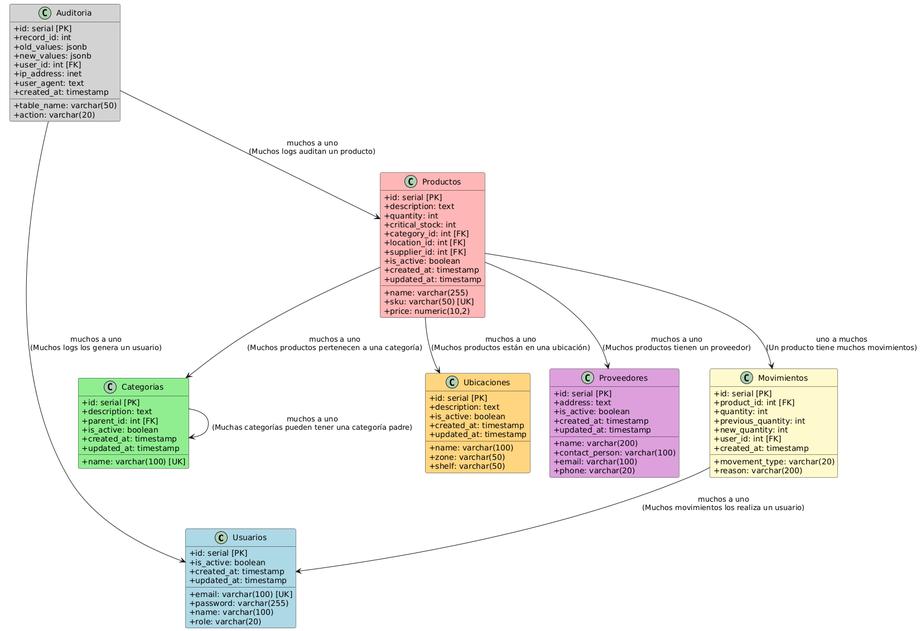
The PlantUML diagram docs/diagramaBD.png in DaisyCastilloS/industrial-inventory, before a commit. The source it was exported from:
```plantuml
@startuml
skinparam classAttributeIconSize 0

class Usuarios #ADD8E6
class Categorias #90EE90
class Ubicaciones #FFD580
class Proveedores #DDA0DD
class Productos #FFB6B6
class Movimientos #FFFACD
class Auditoria #D3D3D3

Productos --> Movimientos : "uno a muchos\n(Un producto tiene muchos movimientos)"
Movimientos --> Usuarios : "muchos a uno\n(Muchos movimientos los realiza un usuario)"
Productos --> Categorias : "muchos a uno\n(Muchos productos pertenecen a una categoría)"
Productos --> Ubicaciones : "muchos a uno\n(Muchos productos están en una ubicación)"
Productos --> Proveedores : "muchos a uno\n(Muchos productos tienen un proveedor)"
Auditoria --> Usuarios : "muchos a uno\n(Muchos logs los genera un usuario)"
Auditoria --> Productos : "muchos a uno\n(Muchos logs auditan un producto)"
Categorias --> Categorias : "muchos a uno\n(Muchas categorías pueden tener una categoría padre)"

Usuarios : +id: serial [PK]
Usuarios : +email: varchar(100) [UK]
Usuarios : +password: varchar(255)
Usuarios : +name: varchar(100)
Usuarios : +role: varchar(20)
Usuarios : +is_active: boolean
Usuarios : +created_at: timestamp
Usuarios : +updated_at: timestamp

Categorias : +id: serial [PK]
Categorias : +name: varchar(100) [UK]
Categorias : +description: text
Categorias : +parent_id: int [FK]
Categorias : +is_active: boolean
Categorias : +created_at: timestamp
Categorias : +updated_at: timestamp

Ubicaciones : +id: serial [PK]
Ubicaciones : +name: varchar(100)
Ubicaciones : +description: text
Ubicaciones : +zone: varchar(50)
Ubicaciones : +shelf: varchar(50)
Ubicaciones : +is_active: boolean
Ubicaciones : +created_at: timestamp
Ubicaciones : +updated_at: timestamp

Proveedores : +id: serial [PK]
Proveedores : +name: varchar(200)
Proveedores : +contact_person: varchar(100)
Proveedores : +email: varchar(100)
Proveedores : +phone: varchar(20)
Proveedores : +address: text
Proveedores : +is_active: boolean
Proveedores : +created_at: timestamp
Proveedores : +updated_at: timestamp

Productos : +id: serial [PK]
Productos : +name: varchar(255)
Productos : +description: text
Productos : +sku: varchar(50) [UK]
Productos : +price: numeric(10,2)
Productos : +quantity: int
Productos : +critical_stock: int
Productos : +category_id: int [FK]
Productos : +location_id: int [FK]
Productos : +supplier_id: int [FK]
Productos : +is_active: boolean
Productos : +created_at: timestamp
Productos : +updated_at: timestamp

Movimientos : +id: serial [PK]
Movimientos : +product_id: int [FK]
Movimientos : +movement_type: varchar(20)
Movimientos : +quantity: int
Movimientos : +previous_quantity: int
Movimientos : +new_quantity: int
Movimientos : +reason: varchar(200)
Movimientos : +user_id: int [FK]
Movimientos : +created_at: timestamp

Auditoria : +id: serial [PK]
Auditoria : +table_name: varchar(50)
Auditoria : +record_id: int
Auditoria : +action: varchar(20)
Auditoria : +old_values: jsonb
Auditoria : +new_values: jsonb
Auditoria : +user_id: int [FK]
Auditoria : +ip_address: inet
Auditoria : +user_agent: text
Auditoria : +created_at: timestamp
@enduml
```
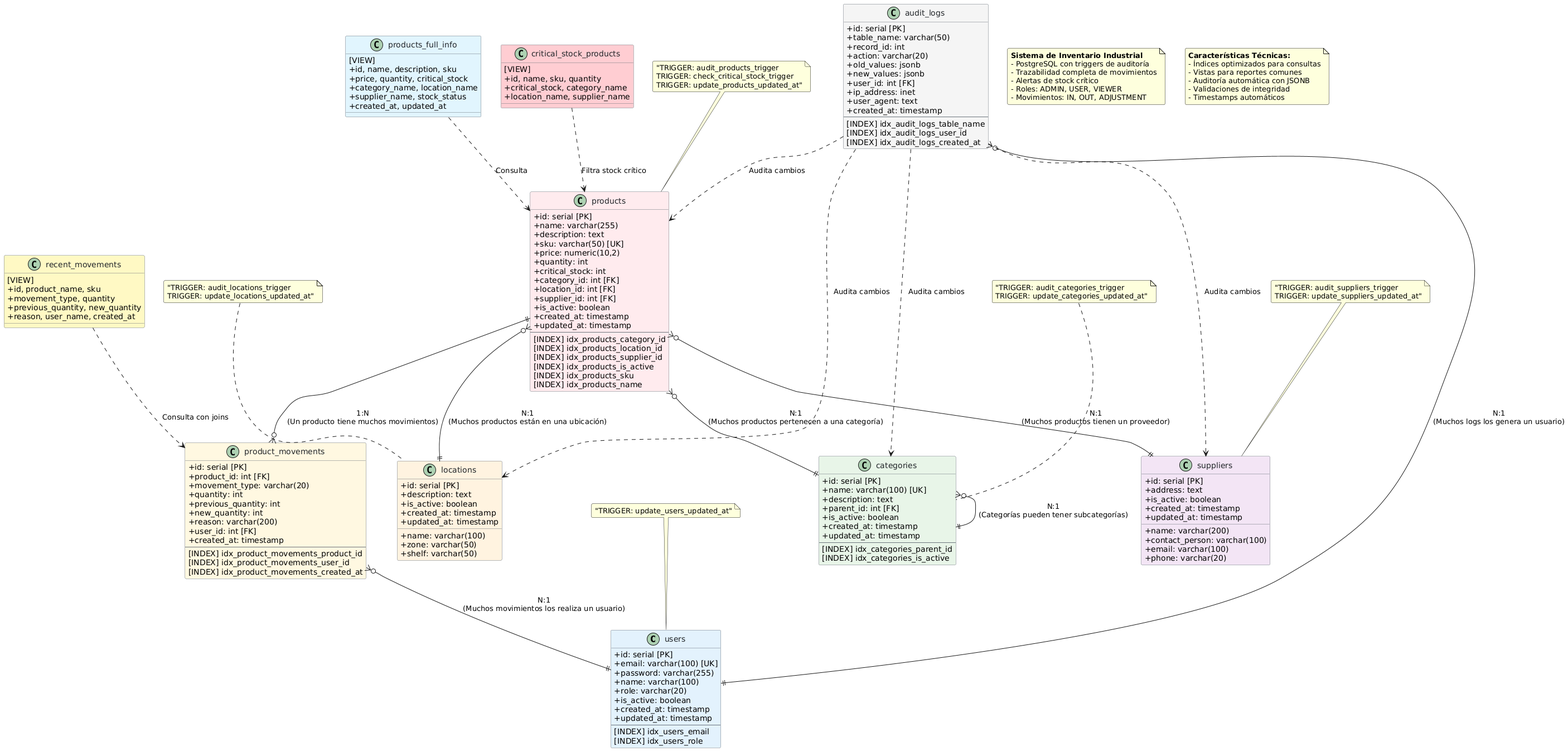
After the commit.

The edit, as a diff of the source:
```diff
@@ -1,91 +1,186 @@
 @startuml
+!define RECTANGLE class
+
 skinparam classAttributeIconSize 0
+skinparam backgroundColor #FFFFFF
+skinparam roundcorner 5
+skinparam shadowing false
 
-class Usuarios #ADD8E6
-class Categorias #90EE90
-class Ubicaciones #FFD580
-class Proveedores #DDA0DD
-class Productos #FFB6B6
-class Movimientos #FFFACD
-class Auditoria #D3D3D3
+skinparam class {
+    BackgroundColor #F8F9FA
+    BorderColor #6C757D
+    FontColor #212529
+}
 
-Productos --> Movimientos : "uno a muchos\n(Un producto tiene muchos movimientos)"
-Movimientos --> Usuarios : "muchos a uno\n(Muchos movimientos los realiza un usuario)"
-Productos --> Categorias : "muchos a uno\n(Muchos productos pertenecen a una categoría)"
-Productos --> Ubicaciones : "muchos a uno\n(Muchos productos están en una ubicación)"
-Productos --> Proveedores : "muchos a uno\n(Muchos productos tienen un proveedor)"
-Auditoria --> Usuarios : "muchos a uno\n(Muchos logs los genera un usuario)"
-Auditoria --> Productos : "muchos a uno\n(Muchos logs auditan un producto)"
-Categorias --> Categorias : "muchos a uno\n(Muchas categorías pueden tener una categoría padre)"
+RECTANGLE "users" as Users #E3F2FD {
+    +id: serial [PK]
+    +email: varchar(100) [UK]
+    +password: varchar(255)
+    +name: varchar(100)
+    +role: varchar(20)
+    +is_active: boolean
+    +created_at: timestamp
+    +updated_at: timestamp
+    --
+    [INDEX] idx_users_email
+    [INDEX] idx_users_role
+}
 
-Usuarios : +id: serial [PK]
-Usuarios : +email: varchar(100) [UK]
-Usuarios : +password: varchar(255)
-Usuarios : +name: varchar(100)
-Usuarios : +role: varchar(20)
-Usuarios : +is_active: boolean
-Usuarios : +created_at: timestamp
-Usuarios : +updated_at: timestamp
+RECTANGLE "categories" as Categories #E8F5E8 {
+    +id: serial [PK]
+    +name: varchar(100) [UK]
+    +description: text
+    +parent_id: int [FK]
+    +is_active: boolean
+    +created_at: timestamp
+    +updated_at: timestamp
+    --
+    [INDEX] idx_categories_parent_id
+    [INDEX] idx_categories_is_active
+}
 
-Categorias : +id: serial [PK]
-Categorias : +name: varchar(100) [UK]
-Categorias : +description: text
-Categorias : +parent_id: int [FK]
-Categorias : +is_active: boolean
-Categorias : +created_at: timestamp
-Categorias : +updated_at: timestamp
+RECTANGLE "locations" as Locations #FFF3E0 {
+    +id: serial [PK]
+    +name: varchar(100)
+    +description: text
+    +zone: varchar(50)
+    +shelf: varchar(50)
+    +is_active: boolean
+    +created_at: timestamp
+    +updated_at: timestamp
+}
 
-Ubicaciones : +id: serial [PK]
-Ubicaciones : +name: varchar(100)
-Ubicaciones : +description: text
-Ubicaciones : +zone: varchar(50)
-Ubicaciones : +shelf: varchar(50)
-Ubicaciones : +is_active: boolean
-Ubicaciones : +created_at: timestamp
-Ubicaciones : +updated_at: timestamp
+RECTANGLE "suppliers" as Suppliers #F3E5F5 {
+    +id: serial [PK]
+    +name: varchar(200)
+    +contact_person: varchar(100)
+    +email: varchar(100)
+    +phone: varchar(20)
+    +address: text
+    +is_active: boolean
+    +created_at: timestamp
+    +updated_at: timestamp
+}
 
-Proveedores : +id: serial [PK]
-Proveedores : +name: varchar(200)
-Proveedores : +contact_person: varchar(100)
-Proveedores : +email: varchar(100)
-Proveedores : +phone: varchar(20)
-Proveedores : +address: text
-Proveedores : +is_active: boolean
-Proveedores : +created_at: timestamp
-Proveedores : +updated_at: timestamp
+RECTANGLE "products" as Products #FFEBEE {
+    +id: serial [PK]
+    +name: varchar(255)
+    +description: text
+    +sku: varchar(50) [UK]
+    +price: numeric(10,2)
+    +quantity: int
+    +critical_stock: int
+    +category_id: int [FK]
+    +location_id: int [FK]
+    +supplier_id: int [FK]
+    +is_active: boolean
+    +created_at: timestamp
+    +updated_at: timestamp
+    --
+    [INDEX] idx_products_category_id
+    [INDEX] idx_products_location_id
+    [INDEX] idx_products_supplier_id
+    [INDEX] idx_products_is_active
+    [INDEX] idx_products_sku
+    [INDEX] idx_products_name
+}
 
-Productos : +id: serial [PK]
-Productos : +name: varchar(255)
-Productos : +description: text
-Productos : +sku: varchar(50) [UK]
-Productos : +price: numeric(10,2)
-Productos : +quantity: int
-Productos : +critical_stock: int
-Productos : +category_id: int [FK]
-Productos : +location_id: int [FK]
-Productos : +supplier_id: int [FK]
-Productos : +is_active: boolean
-Productos : +created_at: timestamp
-Productos : +updated_at: timestamp
+RECTANGLE "product_movements" as Movements #FFF8E1 {
+    +id: serial [PK]
+    +product_id: int [FK]
+    +movement_type: varchar(20)
+    +quantity: int
+    +previous_quantity: int
+    +new_quantity: int
+    +reason: varchar(200)
+    +user_id: int [FK]
+    +created_at: timestamp
+    --
+    [INDEX] idx_product_movements_product_id
+    [INDEX] idx_product_movements_user_id
+    [INDEX] idx_product_movements_created_at
+}
 
-Movimientos : +id: serial [PK]
-Movimientos : +product_id: int [FK]
-Movimientos : +movement_type: varchar(20)
-Movimientos : +quantity: int
-Movimientos : +previous_quantity: int
-Movimientos : +new_quantity: int
-Movimientos : +reason: varchar(200)
-Movimientos : +user_id: int [FK]
-Movimientos : +created_at: timestamp
+RECTANGLE "audit_logs" as AuditLogs #F5F5F5 {
+    +id: serial [PK]
+    +table_name: varchar(50)
+    +record_id: int
+    +action: varchar(20)
+    +old_values: jsonb
+    +new_values: jsonb
+    +user_id: int [FK]
+    +ip_address: inet
+    +user_agent: text
+    +created_at: timestamp
+    --
+    [INDEX] idx_audit_logs_table_name
+    [INDEX] idx_audit_logs_user_id
+    [INDEX] idx_audit_logs_created_at
+}
 
-Auditoria : +id: serial [PK]
-Auditoria : +table_name: varchar(50)
-Auditoria : +record_id: int
-Auditoria : +action: varchar(20)
-Auditoria : +old_values: jsonb
-Auditoria : +new_values: jsonb
-Auditoria : +user_id: int [FK]
-Auditoria : +ip_address: inet
-Auditoria : +user_agent: text
-Auditoria : +created_at: timestamp
+RECTANGLE "products_full_info" as ProductsView #E1F5FE {
+    [VIEW]
+    +id, name, description, sku
+    +price, quantity, critical_stock
+    +category_name, location_name
+    +supplier_name, stock_status
+    +created_at, updated_at
+}
+
+RECTANGLE "critical_stock_products" as CriticalStockView #FFCDD2 {
+    [VIEW]
+    +id, name, sku, quantity
+    +critical_stock, category_name
+    +location_name, supplier_name
+}
+
+RECTANGLE "recent_movements" as MovementsView #FFF9C4 {
+    [VIEW]
+    +id, product_name, sku
+    +movement_type, quantity
+    +previous_quantity, new_quantity
+    +reason, user_name, created_at
+}
+
+Products ||--o{ Movements : "1:N\n(Un producto tiene muchos movimientos)"
+Movements }o--|| Users : "N:1\n(Muchos movimientos los realiza un usuario)"
+Products }o--|| Categories : "N:1\n(Muchos productos pertenecen a una categoría)"
+Products }o--|| Locations : "N:1\n(Muchos productos están en una ubicación)"
+Products }o--|| Suppliers : "N:1\n(Muchos productos tienen un proveedor)"
+AuditLogs }o--|| Users : "N:1\n(Muchos logs los genera un usuario)"
+
+Categories }o--|| Categories : "N:1\n(Categorías pueden tener subcategorías)"
+
+AuditLogs ..> Products : "Audita cambios"
+AuditLogs ..> Categories : "Audita cambios"
+AuditLogs ..> Locations : "Audita cambios"
+AuditLogs ..> Suppliers : "Audita cambios"
+
+ProductsView ..> Products : "Consulta"
+CriticalStockView ..> Products : "Filtra stock crítico"
+MovementsView ..> Movements : "Consulta con joins"
+
+note top of Products : "TRIGGER: audit_products_trigger\nTRIGGER: check_critical_stock_trigger\nTRIGGER: update_products_updated_at"
+note top of Categories : "TRIGGER: audit_categories_trigger\nTRIGGER: update_categories_updated_at"
+note top of Locations : "TRIGGER: audit_locations_trigger\nTRIGGER: update_locations_updated_at"
+note top of Suppliers : "TRIGGER: audit_suppliers_trigger\nTRIGGER: update_suppliers_updated_at"
+note top of Users : "TRIGGER: update_users_updated_at"
+
+note as N1
+**Sistema de Inventario Industrial**
+- PostgreSQL con triggers de auditoría
+- Trazabilidad completa de movimientos
+- Alertas de stock crítico
+- Roles: ADMIN, USER, VIEWER
+- Movimientos: IN, OUT, ADJUSTMENT
+end note
+
+note as N2
+**Características Técnicas:**
+- Índices optimizados para consultas
+- Vistas para reportes comunes
+- Auditoría automática con JSONB
+- Validaciones de integridad
+- Timestamps automáticos
+end note
 @enduml
```
